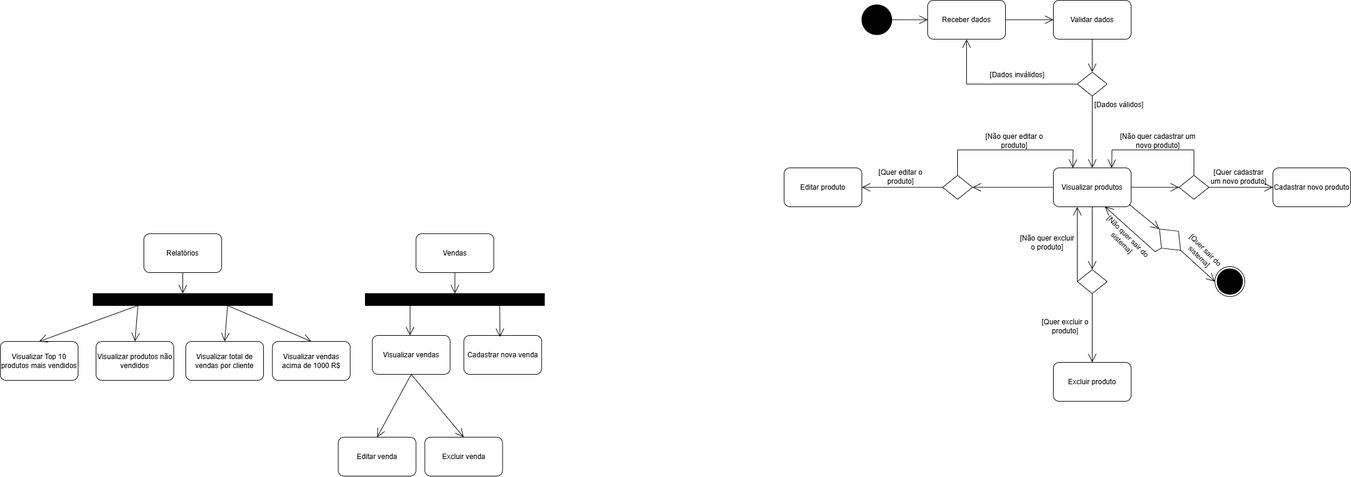
Earlier version of the draw.io export APOO/diagrama_atividade/Diagrama_atividade_click_compre.drawio.png (joao-marcos-azvd/Estudos-de-programacao). Source tidied: cells renumbered, new cells last; positions are measured from the earlier drawing's top-left corner, leaving out a move shared by most shapes.
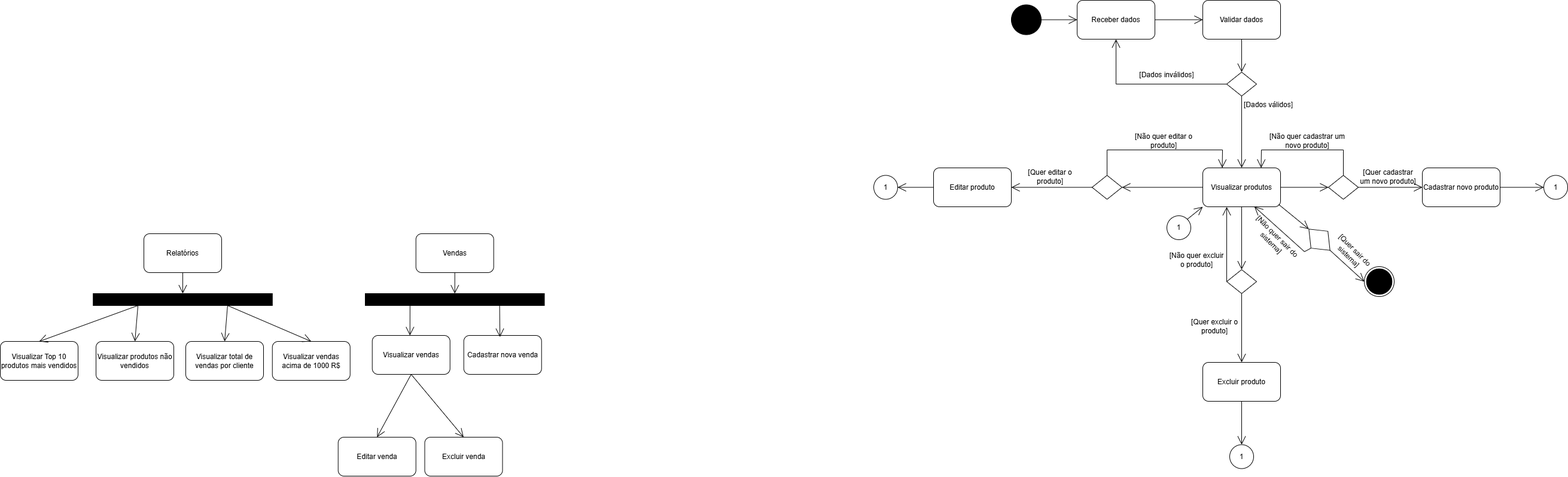
The same diagram one commit later.

The edit, as a diff of the source:
```diff
@@ -46,25 +46,25 @@
       <mxGeometry x="1810" y="160" width="120" height="30" as="geometry" />
     </mxCell>
     <mxCell id="15" value="Object" style="html=1;whiteSpace=wrap;fillColor=#000000;" parent="1" vertex="1">
-      <mxGeometry x="155.2" y="490" width="299.5" height="20" as="geometry" />
+      <mxGeometry x="-94.8" y="490" width="299.5" height="20" as="geometry" />
     </mxCell>
     <mxCell id="16" style="endArrow=open;endFill=1;endSize=12;html=1;rounded=0;exitX=0.5;exitY=1;exitDx=0;exitDy=0;entryX=0.5;entryY=0;entryDx=0;entryDy=0;" parent="1" edge="1" source="18" target="15">
       <mxGeometry relative="1" as="geometry" />
     </mxCell>
     <mxCell id="17" value="Visualizar Top 10 produtos mais vendidos" style="rounded=1;whiteSpace=wrap;html=1;" parent="1" vertex="1">
-      <mxGeometry y="570" width="130" height="65" as="geometry" />
+      <mxGeometry x="-250" y="570" width="130" height="65" as="geometry" />
     </mxCell>
     <mxCell id="18" value="Relatórios" style="rounded=1;whiteSpace=wrap;html=1;" parent="1" vertex="1">
-      <mxGeometry x="240" y="390" width="130" height="65" as="geometry" />
+      <mxGeometry x="-10" y="390" width="130" height="65" as="geometry" />
     </mxCell>
     <mxCell id="19" value="Visualizar produtos não vendidos" style="rounded=1;whiteSpace=wrap;html=1;" parent="1" vertex="1">
-      <mxGeometry x="160" y="570" width="130" height="65" as="geometry" />
+      <mxGeometry x="-90" y="570" width="130" height="65" as="geometry" />
     </mxCell>
     <mxCell id="20" value="Visualizar vendas acima de 1000 R$" style="rounded=1;whiteSpace=wrap;html=1;" parent="1" vertex="1">
-      <mxGeometry x="454.8" y="570" width="130" height="65" as="geometry" />
+      <mxGeometry x="204.8" y="570" width="130" height="65" as="geometry" />
     </mxCell>
     <mxCell id="21" value="Visualizar total de vendas por cliente" style="rounded=1;whiteSpace=wrap;html=1;" parent="1" vertex="1">
-      <mxGeometry x="310" y="570" width="130" height="65" as="geometry" />
+      <mxGeometry x="60" y="570" width="130" height="65" as="geometry" />
     </mxCell>
     <mxCell id="22" style="endArrow=open;endFill=1;endSize=12;html=1;rounded=0;exitX=0.25;exitY=1;exitDx=0;exitDy=0;entryX=0.5;entryY=0;entryDx=0;entryDy=0;" parent="1" edge="1" source="15" target="17">
       <mxGeometry relative="1" as="geometry" />
@@ -82,23 +82,23 @@
       <mxGeometry x="1760" y="280" width="130" height="65" as="geometry" />
     </mxCell>
     <mxCell id="27" value="Object" style="html=1;whiteSpace=wrap;fillColor=#000000;" parent="1" vertex="1">
-      <mxGeometry x="610" y="490" width="299.5" height="20" as="geometry" />
+      <mxGeometry x="360" y="490" width="299.5" height="20" as="geometry" />
     </mxCell>
     <mxCell id="28" style="endArrow=open;endFill=1;endSize=12;html=1;rounded=0;exitX=0.5;exitY=1;exitDx=0;exitDy=0;entryX=0.5;entryY=0;entryDx=0;entryDy=0;" parent="1" edge="1" source="29" target="27">
       <mxGeometry relative="1" as="geometry" />
     </mxCell>
     <mxCell id="29" value="Vendas" style="rounded=1;whiteSpace=wrap;html=1;" parent="1" vertex="1">
-      <mxGeometry x="694.8" y="390" width="130" height="65" as="geometry" />
+      <mxGeometry x="444.8" y="390" width="130" height="65" as="geometry" />
     </mxCell>
     <mxCell id="30" value="Visualizar vendas" style="rounded=1;whiteSpace=wrap;html=1;" parent="1" vertex="1">
-      <mxGeometry x="621.8" y="560" width="130" height="65" as="geometry" />
+      <mxGeometry x="371.8" y="560" width="130" height="65" as="geometry" />
     </mxCell>
     <mxCell id="31" value="Cadastrar nova venda" style="rounded=1;whiteSpace=wrap;html=1;" parent="1" vertex="1">
-      <mxGeometry x="774.8" y="560" width="130" height="65" as="geometry" />
+      <mxGeometry x="524.8" y="560" width="130" height="65" as="geometry" />
     </mxCell>
     <mxCell id="32" style="endArrow=open;endFill=1;endSize=12;html=1;rounded=0;exitX=0.25;exitY=1;exitDx=0;exitDy=0;" parent="1" edge="1" source="27">
       <mxGeometry relative="1" as="geometry">
-        <mxPoint x="684.8" y="560" as="targetPoint" />
+        <mxPoint x="434.8" y="560" as="targetPoint" />
       </mxGeometry>
     </mxCell>
     <mxCell id="33" style="endArrow=open;endFill=1;endSize=12;html=1;rounded=0;exitX=0.75;exitY=1;exitDx=0;exitDy=0;entryX=0.465;entryY=0.041;entryDx=0;entryDy=0;entryPerimeter=0;" parent="1" edge="1" source="27" target="31">
@@ -108,7 +108,7 @@
       <mxGeometry relative="1" as="geometry" />
     </mxCell>
     <mxCell id="35" value="Editar venda" style="rounded=1;whiteSpace=wrap;html=1;" parent="1" vertex="1">
-      <mxGeometry x="564.8" y="730" width="130" height="65" as="geometry" />
+      <mxGeometry x="314.8" y="730" width="130" height="65" as="geometry" />
     </mxCell>
     <mxCell id="36" value="Cadastrar novo produto" style="rounded=1;whiteSpace=wrap;html=1;" parent="1" vertex="1">
       <mxGeometry x="2127" y="280" width="130" height="65" as="geometry" />
@@ -120,7 +120,7 @@
       <mxGeometry x="1310" y="280" width="130" height="65" as="geometry" />
     </mxCell>
     <mxCell id="39" value="Excluir venda" style="rounded=1;whiteSpace=wrap;html=1;" parent="1" vertex="1">
-      <mxGeometry x="709.5" y="730" width="130" height="65" as="geometry" />
+      <mxGeometry x="459.5" y="730" width="130" height="65" as="geometry" />
     </mxCell>
     <mxCell id="40" style="endArrow=open;endFill=1;endSize=12;html=1;rounded=0;exitX=0.5;exitY=1;exitDx=0;exitDy=0;entryX=0.5;entryY=0;entryDx=0;entryDy=0;" parent="1" edge="1" source="30" target="39">
       <mxGeometry relative="1" as="geometry" />
@@ -170,7 +170,7 @@
       <mxGeometry x="1730" y="530" width="100" height="30" as="geometry" />
     </mxCell>
     <mxCell id="54" value="[Não quer excluir o produto]" style="text;strokeColor=none;align=center;fillColor=none;html=1;verticalAlign=middle;whiteSpace=wrap;rounded=0;" parent="1" vertex="1">
-      <mxGeometry x="1700" y="390" width="100" height="30" as="geometry" />
+      <mxGeometry x="1700" y="418.8" width="100" height="30" as="geometry" />
     </mxCell>
     <mxCell id="55" style="endArrow=open;endFill=1;endSize=12;html=1;rounded=0;exitX=1;exitY=0.5;exitDx=0;exitDy=0;entryX=0;entryY=0.5;entryDx=0;entryDy=0;" parent="1" edge="1" source="26" target="46">
       <mxGeometry relative="1" as="geometry" />
@@ -211,5 +211,29 @@
     <mxCell id="64" value="[Não quer sair do sistema]" style="text;strokeColor=none;align=center;fillColor=none;html=1;verticalAlign=middle;whiteSpace=wrap;rounded=0;rotation=45;" parent="1" vertex="1">
       <mxGeometry x="1830" y="385" width="100" height="30" as="geometry" />
     </mxCell>
+    <mxCell id="65" value="1" style="ellipse;whiteSpace=wrap;html=1;" parent="1" vertex="1">
+      <mxGeometry x="1700" y="360" width="40" height="40" as="geometry" />
+    </mxCell>
+    <mxCell id="66" style="endArrow=open;endFill=1;endSize=12;html=1;rounded=0;exitX=1;exitY=0;exitDx=0;exitDy=0;entryX=0;entryY=1;entryDx=0;entryDy=0;" parent="1" edge="1" source="65" target="26">
+      <mxGeometry relative="1" as="geometry" />
+    </mxCell>
+    <mxCell id="67" value="1" style="ellipse;whiteSpace=wrap;html=1;" parent="1" vertex="1">
+      <mxGeometry x="2330" y="292.5" width="40" height="40" as="geometry" />
+    </mxCell>
+    <mxCell id="68" value="1" style="ellipse;whiteSpace=wrap;html=1;" parent="1" vertex="1">
+      <mxGeometry x="1805" y="742.5" width="40" height="40" as="geometry" />
+    </mxCell>
+    <mxCell id="69" value="1" style="ellipse;whiteSpace=wrap;html=1;" parent="1" vertex="1">
+      <mxGeometry x="1210" y="292.5" width="40" height="40" as="geometry" />
+    </mxCell>
+    <mxCell id="70" style="endArrow=open;endFill=1;endSize=12;html=1;rounded=0;exitX=0;exitY=0.5;exitDx=0;exitDy=0;entryX=1;entryY=0.5;entryDx=0;entryDy=0;" parent="1" edge="1" source="38" target="69">
+      <mxGeometry relative="1" as="geometry" />
+    </mxCell>
+    <mxCell id="71" style="endArrow=open;endFill=1;endSize=12;html=1;rounded=0;exitX=0.5;exitY=1;exitDx=0;exitDy=0;entryX=0.5;entryY=0;entryDx=0;entryDy=0;" parent="1" edge="1" source="41" target="68">
+      <mxGeometry relative="1" as="geometry" />
+    </mxCell>
+    <mxCell id="72" style="endArrow=open;endFill=1;endSize=12;html=1;rounded=0;exitX=1;exitY=0.5;exitDx=0;exitDy=0;entryX=0;entryY=0.5;entryDx=0;entryDy=0;" parent="1" edge="1" source="36" target="67">
+      <mxGeometry relative="1" as="geometry" />
+    </mxCell>
   </root>
 </mxGraphModel>
```
